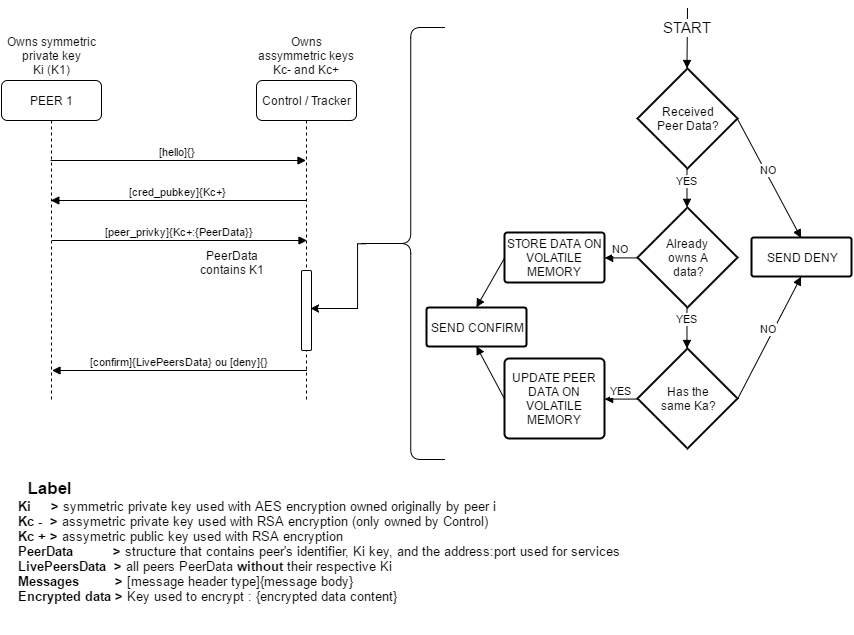
bmad4ever/SDIS_2 keeps this draw.io diagram as Report/HELLO.png. Above is the earlier version. Source tidied: cells renumbered, new cells last; positions are measured from the earlier drawing's top-left corner, leaving out a move shared by most shapes.
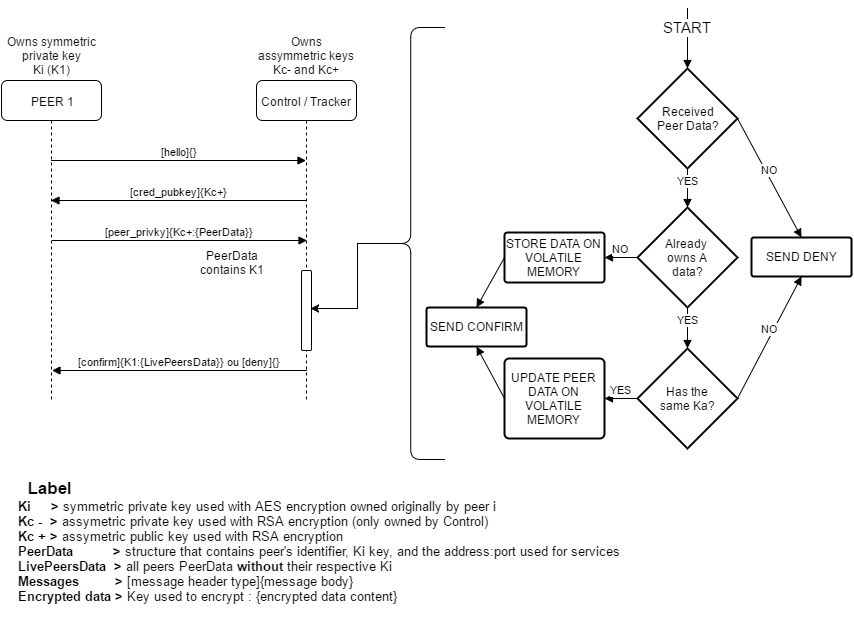
Later version of the same file.

Commit message:
updated hello.png, now working on delete.png

The edit, as a diff of the source:
```diff
@@ -19,14 +19,14 @@
       </mxGeometry>
     </mxCell>
     <mxCell id="6" value="[cred_pubkey]{Kc+}" style="html=1;verticalAlign=bottom;endArrow=block;strokeWidth=1;" parent="1" edge="1" source="3" target="2">
-      <mxGeometry x="-46.5" y="200" as="geometry">
+      <mxGeometry x="59.5" y="143" as="geometry">
         <Array as="points">
           <mxPoint x="195" y="192" />
         </Array>
       </mxGeometry>
     </mxCell>
     <mxCell id="7" value="&lt;span&gt;[peer_privky]&lt;/span&gt;{Kc+:{PeerData}}" style="html=1;verticalAlign=bottom;endArrow=block;strokeWidth=1;" parent="1" edge="1">
-      <mxGeometry x="-55.5" y="270" as="geometry">
+      <mxGeometry x="50.5" y="213" as="geometry">
         <mxPoint x="51" y="232" as="sourcePoint" />
         <mxPoint x="305.5" y="232" as="targetPoint" />
         <Array as="points">
@@ -34,15 +34,15 @@
         </Array>
       </mxGeometry>
     </mxCell>
-    <mxCell id="8" value="[confirm]{LivePeersData} ou [deny]{}" style="html=1;verticalAlign=bottom;endArrow=block;strokeWidth=1;" parent="1" edge="1">
-      <mxGeometry x="-45.5" y="370" as="geometry">
-        <mxPoint x="305.5" y="362" as="sourcePoint" />
-        <mxPoint x="50.5" y="362" as="targetPoint" />
-        <Array as="points">
-          <mxPoint x="196" y="362" />
-        </Array>
-      </mxGeometry>
-    </mxCell>
+    <mxCell id="31" value="[confirm]{K1:{LivePeersData}} ou [deny]{}" style="html=1;verticalAlign=bottom;endArrow=block;strokeWidth=1;" parent="1" edge="1">
+      <mxGeometry x="60.5" y="313" as="geometry">
+        <mxPoint x="305.5" y="362" as="sourcePoint" />
+        <mxPoint x="50.5" y="362" as="targetPoint" />
+        <Array as="points">
+          <mxPoint x="196" y="362" />
+        </Array>
+      </mxGeometry>
+    </mxCell>
     <mxCell id="9" value="Owns symmetric private key&lt;div&gt;Ki (K1)&lt;/div&gt;" style="text;html=1;strokeColor=none;fillColor=none;align=center;verticalAlign=middle;whiteSpace=wrap;overflow=hidden;rounded=1;shadow=0;" parent="1" vertex="1">
       <mxGeometry y="22" width="100" height="50" as="geometry" />
     </mxCell>
@@ -62,7 +62,7 @@
       <mxGeometry x="0.08" relative="1" as="geometry" />
     </mxCell>
     <mxCell id="15" value="YES" style="html=1;verticalAlign=bottom;endArrow=block;strokeWidth=1;fontColor=#000000;entryX=0.5;entryY=0;entryPerimeter=0;exitX=0.5;exitY=1;exitPerimeter=0;" parent="1" edge="1" source="11" target="12">
-      <mxGeometry x="590" y="208" as="geometry" />
+      <mxGeometry x="696" y="151" as="geometry" />
     </mxCell>
     <mxCell id="16" value="&lt;div style=&quot;text-align: center&quot;&gt;&lt;span style=&quot;line-height: 1.2&quot;&gt;SEND DENY&lt;/span&gt;&lt;/div&gt;" style="strokeWidth=2;html=1;shape=mxgraph.flowchart.process;whiteSpace=wrap;rounded=1;shadow=0;fillColor=#ffffff;fontColor=#000000;align=center;labelPosition=center;verticalLabelPosition=middle;verticalAlign=middle;" parent="1" vertex="1">
       <mxGeometry x="750" y="229" width="100" height="39" as="geometry" />
@@ -71,16 +71,16 @@
       <mxGeometry x="503" y="224" width="100" height="50" as="geometry" />
     </mxCell>
     <mxCell id="18" value="NO" style="html=1;verticalAlign=bottom;endArrow=block;strokeWidth=1;fontColor=#000000;exitX=0;exitY=0.5;exitPerimeter=0;entryX=1;entryY=0.5;entryPerimeter=0;" parent="1" edge="1" source="11" target="17">
-      <mxGeometry x="590" y="208" as="geometry" />
+      <mxGeometry x="696" y="151" as="geometry" />
     </mxCell>
     <mxCell id="19" value="NO" style="html=1;verticalAlign=bottom;endArrow=block;strokeWidth=1;fontColor=#000000;entryX=0.5;entryY=0;entryPerimeter=0;exitX=1;exitY=0.5;exitPerimeter=0;" parent="1" edge="1" source="13" target="16">
-      <mxGeometry x="600" y="218" as="geometry" />
+      <mxGeometry x="706" y="161" as="geometry" />
     </mxCell>
     <mxCell id="20" value="NO" style="html=1;verticalAlign=bottom;endArrow=block;strokeWidth=1;fontColor=#000000;entryX=0.5;entryY=1;entryPerimeter=0;exitX=1;exitY=0.5;exitPerimeter=0;" parent="1" edge="1" source="12" target="16">
-      <mxGeometry x="610" y="228" as="geometry" />
+      <mxGeometry x="716" y="171" as="geometry" />
     </mxCell>
     <mxCell id="21" value="&lt;font style=&quot;font-size: 15px&quot;&gt;START&lt;/font&gt;" style="html=1;verticalAlign=bottom;endArrow=block;strokeWidth=1;fontColor=#000000;entryX=0.5;entryY=0;entryPerimeter=0;" parent="1" edge="1" target="13">
-      <mxGeometry x="590" y="208" as="geometry">
+      <mxGeometry x="696" y="151" as="geometry">
         <mxPoint x="686" as="sourcePoint" />
       </mxGeometry>
     </mxCell>
@@ -88,28 +88,28 @@
       <mxGeometry x="503" y="350" width="100" height="80" as="geometry" />
     </mxCell>
     <mxCell id="23" value="YES" style="html=1;verticalAlign=bottom;endArrow=block;strokeWidth=1;fontColor=#000000;exitX=0;exitY=0.5;exitPerimeter=0;entryX=1;entryY=0.5;entryPerimeter=0;" parent="1" edge="1" source="12" target="22">
-      <mxGeometry x="600" y="218" as="geometry" />
+      <mxGeometry x="706" y="161" as="geometry" />
     </mxCell>
     <mxCell id="24" value="&lt;div style=&quot;text-align: center&quot;&gt;&lt;span style=&quot;line-height: 1.2&quot;&gt;SEND CONFIRM&lt;/span&gt;&lt;/div&gt;" style="strokeWidth=2;html=1;shape=mxgraph.flowchart.process;whiteSpace=wrap;rounded=1;shadow=0;fillColor=#ffffff;fontColor=#000000;align=center;labelPosition=center;verticalLabelPosition=middle;verticalAlign=middle;" parent="1" vertex="1">
       <mxGeometry x="425" y="299" width="100" height="39" as="geometry" />
     </mxCell>
     <mxCell id="25" style="html=1;verticalAlign=bottom;endArrow=block;strokeWidth=1;fontColor=#000000;exitX=0;exitY=0.5;exitPerimeter=0;entryX=0.5;entryY=0;entryPerimeter=0;" parent="1" edge="1" source="17" target="24">
-      <mxGeometry x="600" y="218" as="geometry" />
+      <mxGeometry x="706" y="161" as="geometry" />
     </mxCell>
     <mxCell id="26" style="html=1;verticalAlign=bottom;endArrow=block;strokeWidth=1;fontColor=#000000;exitX=0;exitY=0.5;exitPerimeter=0;entryX=0.5;entryY=1;entryPerimeter=0;" parent="1" edge="1" source="22" target="24">
-      <mxGeometry x="610" y="228" as="geometry" />
+      <mxGeometry x="716" y="171" as="geometry" />
     </mxCell>
-    <mxCell id="27" style="edgeStyle=orthogonalEdgeStyle;rounded=0;html=1;exitX=0.1;exitY=0.5;exitPerimeter=0;entryX=0.9;entryY=0.475;entryPerimeter=0;jettySize=auto;strokeWidth=1;fontColor=#000000;" parent="1" edge="1" source="28" target="4">
-      <mxGeometry relative="1" as="geometry">
-        <Array as="points">
-          <mxPoint x="356" y="235" />
-          <mxPoint x="356" y="300" />
-        </Array>
-      </mxGeometry>
-    </mxCell>
-    <mxCell id="28" style="shape=curlyBracket;whiteSpace=wrap;html=1;rounded=1;shadow=0;fillColor=#ffffff;fontColor=#000000;align=left;size=0.6163101604278102;" parent="1" vertex="1">
-      <mxGeometry x="355" y="19" width="88" height="432" as="geometry" />
-    </mxCell>
+    <mxCell id="32" style="edgeStyle=orthogonalEdgeStyle;rounded=0;html=1;exitX=0.1;exitY=0.5;exitPerimeter=0;entryX=0.9;entryY=0.475;entryPerimeter=0;jettySize=auto;strokeWidth=1;fontColor=#000000;" parent="1" edge="1" source="33" target="4">
+      <mxGeometry relative="1" as="geometry">
+        <Array as="points">
+          <mxPoint x="356" y="235" />
+          <mxPoint x="356" y="300" />
+        </Array>
+      </mxGeometry>
+    </mxCell>
+    <mxCell id="33" style="shape=curlyBracket;whiteSpace=wrap;html=1;rounded=1;shadow=0;fillColor=#ffffff;fontColor=#000000;align=left;size=0.6163101604278102;" parent="1" vertex="1">
+      <mxGeometry x="355" y="19" width="88" height="432" as="geometry" />
+    </mxCell>
     <mxCell id="29" value="&lt;div style=&quot;text-align: left&quot;&gt;&lt;b&gt;&lt;font style=&quot;font-size: 17px&quot;&gt;&amp;nbsp; Label&lt;/font&gt;&lt;/b&gt;&lt;/div&gt;&lt;div style=&quot;text-align: left&quot;&gt;&lt;b&gt;Ki &amp;nbsp; &amp;nbsp; &amp;gt;&lt;/b&gt; symmetric private key used with AES&amp;nbsp;&lt;span style=&quot;line-height: 1.2&quot;&gt;encryption owned originally by peer i&lt;/span&gt;&lt;/div&gt;&lt;div style=&quot;text-align: left&quot;&gt;&lt;span style=&quot;line-height: 1.2&quot;&gt;&lt;b&gt;Kc - &amp;nbsp;&amp;gt;&lt;/b&gt; assymetric private key used with RSA encryption (only owned by Control)&lt;/span&gt;&lt;/div&gt;&lt;div style=&quot;text-align: left&quot;&gt;&lt;span style=&quot;line-height: 1.2&quot;&gt;&lt;b&gt;Kc + &amp;gt;&lt;/b&gt;&amp;nbsp;&lt;/span&gt;assymetric public key used with RSA encryption&lt;/div&gt;&lt;div style=&quot;text-align: left&quot;&gt;&lt;b&gt;PeerData &amp;nbsp; &amp;nbsp; &amp;nbsp; &amp;nbsp; &amp;nbsp;&amp;gt;&lt;/b&gt; structure that contains peer's identifier, Ki key, and the address:port used for services&lt;/div&gt;&lt;div style=&quot;text-align: left&quot;&gt;&lt;b&gt;LivePeersData &amp;nbsp;&amp;gt;&lt;/b&gt; all peers PeerData &lt;b&gt;without &lt;/b&gt;their respective Ki&lt;br&gt;&lt;/div&gt;&lt;div style=&quot;text-align: left&quot;&gt;&lt;b&gt;Messages &amp;nbsp; &amp;nbsp; &amp;nbsp; &amp;nbsp; &amp;gt;&lt;/b&gt; [message header type]{message body}&lt;/div&gt;&lt;div style=&quot;text-align: left&quot;&gt;&lt;b&gt;Encrypted data &amp;gt;&lt;/b&gt; Key used to encrypt : {encrypted data content}&lt;/div&gt;&lt;div style=&quot;text-align: left&quot;&gt;&lt;span&gt;&lt;br&gt;&lt;/span&gt;&lt;/div&gt;" style="text;html=1;strokeColor=none;fillColor=none;align=left;verticalAlign=middle;whiteSpace=wrap;overflow=hidden;rounded=1;shadow=0;fontColor=#000000;fontSize=13;" parent="1" vertex="1">
       <mxGeometry x="15" y="455" width="620" height="170" as="geometry" />
     </mxCell>
```
